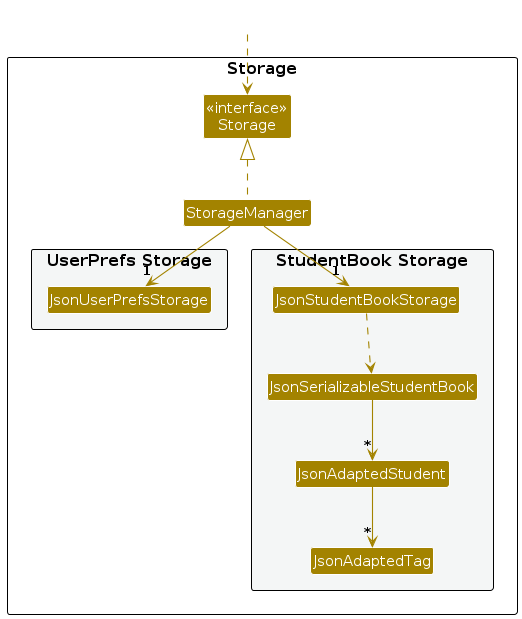
AY2627S1-CS2103T-T16-1/tp keeps this PlantUML diagram as diagrams/StorageClassDiagram.png. Above is the earlier version. Its source is kept beside it as diagrams/StorageClassDiagram.puml. Source of this version:
```plantuml
@startuml
!include style.puml
skinparam arrowThickness 1.1
skinparam arrowColor STORAGE_COLOR
skinparam classBackgroundColor STORAGE_COLOR

package Storage as StoragePackage {

Class "<<interface>>\nStorage" as Storage
Class StorageManager

package "UserPrefs Storage" #F4F6F6{
Class JsonUserPrefsStorage
}

package "StudentBook Storage" #F4F6F6{
Class JsonStudentBookStorage
Class JsonSerializableStudentBook
Class JsonAdaptedStudent
Class JsonAdaptedTag
}

}

Class HiddenOutside #FFFFFF
HiddenOutside ..> Storage

StorageManager .up.|> Storage
StorageManager -down-> "1" JsonUserPrefsStorage
StorageManager -down-> "1" JsonStudentBookStorage

JsonStudentBookStorage ..> JsonSerializableStudentBook
JsonSerializableStudentBook --> "*" JsonAdaptedStudent
JsonAdaptedStudent --> "*" JsonAdaptedTag

@enduml
```
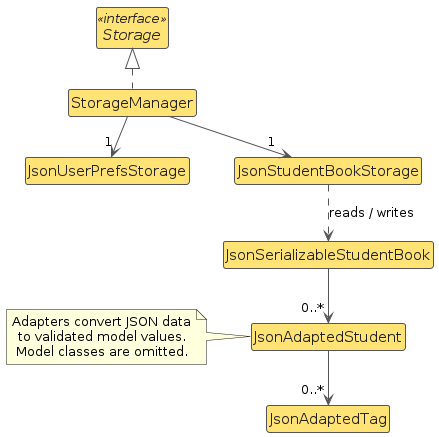
After the commit.

The edit, as a diff of the source:
```diff
@@ -1,36 +1,32 @@
 @startuml
 !include style.puml
-skinparam arrowThickness 1.1
-skinparam arrowColor STORAGE_COLOR
-skinparam classBackgroundColor STORAGE_COLOR
+skinparam classBackgroundColor STORAGE_COLOR_T1
+skinparam classFontColor #222222
+skinparam classStereotypeFontColor #222222
+skinparam classBorderColor #555555
+skinparam arrowColor #555555
+skinparam ArrowFontStyle plain
+skinparam nodesep 45
+skinparam ranksep 40
 
-package Storage as StoragePackage {
-
-Class "<<interface>>\nStorage" as Storage
-Class StorageManager
-
-package "UserPrefs Storage" #F4F6F6{
-Class JsonUserPrefsStorage
-}
-
-package "StudentBook Storage" #F4F6F6{
-Class JsonStudentBookStorage
-Class JsonSerializableStudentBook
-Class JsonAdaptedStudent
-Class JsonAdaptedTag
-}
-
-}
-
-Class HiddenOutside #FFFFFF
-HiddenOutside ..> Storage
+interface Storage <<interface>>
+class StorageManager
+class JsonUserPrefsStorage
+class JsonStudentBookStorage
+class JsonSerializableStudentBook
+class JsonAdaptedStudent
+class JsonAdaptedTag
 
 StorageManager .up.|> Storage
-StorageManager -down-> "1" JsonUserPrefsStorage
-StorageManager -down-> "1" JsonStudentBookStorage
+StorageManager --> "1" JsonUserPrefsStorage
+StorageManager --> "1" JsonStudentBookStorage
+JsonStudentBookStorage ..> JsonSerializableStudentBook : reads / writes
+JsonSerializableStudentBook --> "0..*" JsonAdaptedStudent
+JsonAdaptedStudent --> "0..*" JsonAdaptedTag
 
-JsonStudentBookStorage ..> JsonSerializableStudentBook
-JsonSerializableStudentBook --> "*" JsonAdaptedStudent
-JsonAdaptedStudent --> "*" JsonAdaptedTag
-
+note left of JsonAdaptedStudent
+  Adapters convert JSON data
+  to validated model values.
+  Model classes are omitted.
+end note
 @enduml
```
